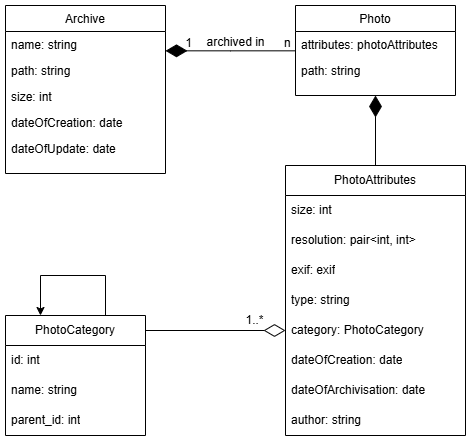
This is Documentation/ERDiagramPhotoLibrary.drawio.png from Necer13/2025_TAB_S6_RAKWIC, a draw.io export, as it was before one commit. Source tidied: cells renumbered, new cells last; positions are measured from the earlier drawing's top-left corner, leaving out a move shared by most shapes.
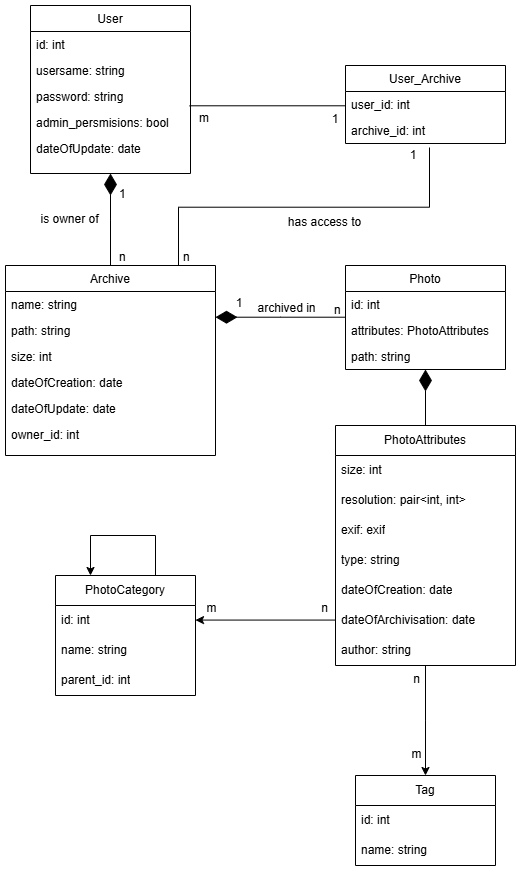
Above is the later version.

The edit, as a diff of the source:
```diff
@@ -2,32 +2,41 @@
   <root>
     <mxCell id="0" />
     <mxCell id="1" parent="0" />
+    <mxCell id="32" style="edgeStyle=elbowEdgeStyle;shape=connector;curved=0;rounded=0;jettySize=auto;elbow=vertical;html=1;entryX=0.5;entryY=1;entryDx=0;entryDy=0;shadow=0;strokeColor=default;strokeWidth=1;align=center;verticalAlign=middle;fontFamily=Helvetica;fontSize=11;fontColor=default;labelBackgroundColor=default;endArrow=diamondThin;endFill=1;endSize=19;" parent="1" edge="1" source="2" target="38">
+      <mxGeometry relative="1" as="geometry" />
+    </mxCell>
     <mxCell id="2" value="Archive" style="swimlane;fontStyle=0;align=center;verticalAlign=top;horizontal=1;startSize=26;rounded=0;shadow=0;strokeWidth=1;" parent="1" vertex="1">
-      <mxGeometry width="160" height="168" as="geometry" />
+      <mxGeometry x="-50" width="210" height="190" as="geometry" />
     </mxCell>
     <mxCell id="3" value="name: string" style="text;align=left;verticalAlign=top;spacingLeft=4;spacingRight=4;overflow=hidden;" parent="2" vertex="1">
-      <mxGeometry y="26" width="160" height="26" as="geometry" />
+      <mxGeometry y="26" width="210" height="26" as="geometry" />
     </mxCell>
     <mxCell id="4" value="path: string" style="text;align=left;verticalAlign=top;spacingLeft=4;spacingRight=4;overflow=hidden;rounded=0;shadow=0;html=0;" parent="2" vertex="1">
-      <mxGeometry y="52" width="160" height="26" as="geometry" />
+      <mxGeometry y="52" width="210" height="26" as="geometry" />
     </mxCell>
     <mxCell id="5" value="size: int" style="text;align=left;verticalAlign=top;spacingLeft=4;spacingRight=4;overflow=hidden;rounded=0;shadow=0;html=0;" parent="2" vertex="1">
-      <mxGeometry y="78" width="160" height="26" as="geometry" />
+      <mxGeometry y="78" width="210" height="26" as="geometry" />
     </mxCell>
     <mxCell id="6" value="dateOfCreation: date" style="text;align=left;verticalAlign=top;spacingLeft=4;spacingRight=4;overflow=hidden;rounded=0;shadow=0;html=0;" parent="2" vertex="1">
-      <mxGeometry y="104" width="160" height="26" as="geometry" />
+      <mxGeometry y="104" width="210" height="26" as="geometry" />
     </mxCell>
     <mxCell id="7" value="dateOfUpdate: date" style="text;align=left;verticalAlign=top;spacingLeft=4;spacingRight=4;overflow=hidden;rounded=0;shadow=0;html=0;" parent="2" vertex="1">
-      <mxGeometry y="130" width="160" height="26" as="geometry" />
+      <mxGeometry y="130" width="210" height="26" as="geometry" />
     </mxCell>
+    <mxCell id="33" value="owner_id: int" style="text;align=left;verticalAlign=top;spacingLeft=4;spacingRight=4;overflow=hidden;rounded=0;shadow=0;html=0;" parent="2" vertex="1">
+      <mxGeometry y="156" width="210" height="26" as="geometry" />
+    </mxCell>
     <mxCell id="8" value="Photo" style="swimlane;fontStyle=0;align=center;verticalAlign=top;horizontal=1;startSize=26;rounded=0;shadow=0;strokeWidth=1;" parent="1" vertex="1">
-      <mxGeometry x="290" width="160" height="90" as="geometry" />
+      <mxGeometry x="290" width="160" height="104" as="geometry" />
     </mxCell>
+    <mxCell id="34" value="id: int" style="text;align=left;verticalAlign=top;spacingLeft=4;spacingRight=4;overflow=hidden;" parent="8" vertex="1">
+      <mxGeometry y="26" width="160" height="26" as="geometry" />
+    </mxCell>
-    <mxCell id="9" value="attributes: photoAttributes" style="text;align=left;verticalAlign=top;spacingLeft=4;spacingRight=4;overflow=hidden;" parent="8" vertex="1">
-      <mxGeometry y="26" width="160" height="26" as="geometry" />
+    <mxCell id="9" value="attributes: PhotoAttributes" style="text;align=left;verticalAlign=top;spacingLeft=4;spacingRight=4;overflow=hidden;" parent="8" vertex="1">
+      <mxGeometry y="52" width="160" height="26" as="geometry" />
     </mxCell>
     <mxCell id="10" value="path: string" style="text;align=left;verticalAlign=top;spacingLeft=4;spacingRight=4;overflow=hidden;rounded=0;shadow=0;html=0;" parent="8" vertex="1">
-      <mxGeometry y="52" width="160" height="26" as="geometry" />
+      <mxGeometry y="78" width="160" height="26" as="geometry" />
     </mxCell>
     <mxCell id="11" style="endArrow=diamondThin;shadow=0;strokeWidth=1;rounded=0;curved=0;endFill=1;edgeStyle=elbowEdgeStyle;elbow=vertical;endSize=19;" parent="1" edge="1" source="8" target="2">
       <mxGeometry x="0.5" y="41" relative="1" as="geometry">
@@ -48,7 +57,7 @@
       <mxGeometry relative="1" as="geometry" />
     </mxCell>
     <mxCell id="15" value="&lt;div&gt;&lt;span style=&quot;background-color: transparent; color: light-dark(rgb(0, 0, 0), rgb(255, 255, 255));&quot;&gt;PhotoAttributes&lt;/span&gt;&lt;/div&gt;" style="swimlane;fontStyle=0;horizontal=1;startSize=30;whiteSpace=wrap;html=1;" parent="1" vertex="1">
-      <mxGeometry x="280" y="160" width="180" height="270" as="geometry" />
+      <mxGeometry x="280" y="160" width="180" height="240" as="geometry" />
     </mxCell>
     <mxCell id="16" value="size: int" style="text;strokeColor=none;fillColor=none;align=left;verticalAlign=middle;spacingLeft=4;spacingRight=4;overflow=hidden;whiteSpace=wrap;html=1;" parent="15" vertex="1">
       <mxGeometry y="30" width="180" height="30" as="geometry" />
@@ -62,18 +71,18 @@
     <mxCell id="19" value="type: string" style="text;strokeColor=none;fillColor=none;align=left;verticalAlign=middle;spacingLeft=4;spacingRight=4;overflow=hidden;whiteSpace=wrap;html=1;" parent="15" vertex="1">
       <mxGeometry y="120" width="180" height="30" as="geometry" />
     </mxCell>
-    <mxCell id="20" value="category: PhotoCategory" style="text;strokeColor=none;fillColor=none;align=left;verticalAlign=middle;spacingLeft=4;spacingRight=4;overflow=hidden;points=[[0,0.5],[1,0.5]];portConstraint=eastwest;whiteSpace=wrap;html=1;" parent="15" vertex="1">
-      <mxGeometry y="150" width="180" height="30" as="geometry" />
-    </mxCell>
     <mxCell id="21" value="dateOfCreation: date" style="text;strokeColor=none;fillColor=none;align=left;verticalAlign=middle;spacingLeft=4;spacingRight=4;overflow=hidden;whiteSpace=wrap;html=1;" parent="15" vertex="1">
-      <mxGeometry y="180" width="180" height="30" as="geometry" />
+      <mxGeometry y="150" width="180" height="30" as="geometry" />
     </mxCell>
     <mxCell id="22" value="dateOfArchivisation: date" style="text;strokeColor=none;fillColor=none;align=left;verticalAlign=middle;spacingLeft=4;spacingRight=4;overflow=hidden;points=[[0,0.5],[1,0.5]];portConstraint=eastwest;whiteSpace=wrap;html=1;" parent="15" vertex="1">
-      <mxGeometry y="210" width="180" height="30" as="geometry" />
+      <mxGeometry y="180" width="180" height="30" as="geometry" />
     </mxCell>
     <mxCell id="23" value="author: string" style="text;strokeColor=none;fillColor=none;align=left;verticalAlign=middle;spacingLeft=4;spacingRight=4;overflow=hidden;points=[[0,0.5],[1,0.5]];portConstraint=eastwest;whiteSpace=wrap;html=1;" parent="15" vertex="1">
-      <mxGeometry y="240" width="180" height="30" as="geometry" />
+      <mxGeometry y="210" width="180" height="30" as="geometry" />
     </mxCell>
+    <mxCell id="35" style="edgeStyle=elbowEdgeStyle;shape=connector;curved=0;rounded=0;jettySize=auto;elbow=vertical;html=1;entryX=0;entryY=0.5;entryDx=0;entryDy=0;shadow=0;strokeColor=default;strokeWidth=1;align=center;verticalAlign=middle;fontFamily=Helvetica;fontSize=11;fontColor=default;labelBackgroundColor=default;endArrow=none;endFill=1;endSize=19;startFill=1;startArrow=classic;" parent="1" edge="1" source="24" target="22">
+      <mxGeometry relative="1" as="geometry" />
+    </mxCell>
     <mxCell id="24" value="&lt;div&gt;PhotoCategory&lt;/div&gt;" style="swimlane;fontStyle=0;horizontal=1;startSize=30;whiteSpace=wrap;html=1;" parent="1" vertex="1">
       <mxGeometry y="310" width="140" height="120" as="geometry" />
     </mxCell>
@@ -89,14 +98,14 @@
     <mxCell id="28" value="1" style="align=right;verticalAlign=bottom;labelBackgroundColor=none;fontSize=12;" parent="1" vertex="1">
       <mxGeometry x="188" y="46" as="geometry" />
     </mxCell>
-    <mxCell id="29" style="edgeStyle=orthogonalEdgeStyle;rounded=0;jettySize=auto;html=1;entryX=0.993;entryY=0.175;entryDx=0;entryDy=0;entryPerimeter=0;endArrow=none;startFill=0;startArrow=diamondThin;strokeWidth=1;targetPerimeterSpacing=0;sourcePerimeterSpacing=0;startSize=19;" parent="1" edge="1" source="20">
+    <mxCell id="29" style="edgeStyle=orthogonalEdgeStyle;rounded=0;jettySize=auto;html=1;entryX=0.993;entryY=0.175;entryDx=0;entryDy=0;entryPerimeter=0;endArrow=classic;startFill=0;startArrow=none;strokeWidth=1;targetPerimeterSpacing=0;sourcePerimeterSpacing=0;startSize=19;endFill=1;" parent="1" edge="1" source="x">
       <mxGeometry relative="1" as="geometry">
         <mxPoint x="140" y="325" as="targetPoint" />
       </mxGeometry>
     </mxCell>
-    <mxCell id="30" value="1..*" style="edgeLabel;html=1;align=center;verticalAlign=middle;fontSize=12;" parent="29" vertex="1">
+    <mxCell id="30" value="m" style="edgeLabel;html=1;align=center;verticalAlign=middle;fontSize=12;" parent="29" vertex="1">
       <mxGeometry x="-0.71" y="-1" relative="1" as="geometry">
-        <mxPoint x="-11" y="-9" as="offset" />
+        <mxPoint x="-100" y="-9" as="offset" />
       </mxGeometry>
     </mxCell>
     <mxCell id="31" style="edgeStyle=orthogonalEdgeStyle;rounded=0;orthogonalLoop=1;jettySize=auto;html=1;entryX=0.25;entryY=0;entryDx=0;entryDy=0;" parent="1" edge="1" source="24" target="24">
@@ -107,5 +116,106 @@
         </Array>
       </mxGeometry>
     </mxCell>
+    <mxCell id="36" style="edgeStyle=elbowEdgeStyle;shape=connector;curved=0;rounded=0;jettySize=auto;elbow=vertical;html=1;exitX=0.525;exitY=1.154;exitDx=0;exitDy=0;entryX=0.25;entryY=0;entryDx=0;entryDy=0;shadow=0;strokeColor=default;strokeWidth=1;align=center;verticalAlign=middle;fontFamily=Helvetica;fontSize=11;fontColor=default;labelBackgroundColor=default;endArrow=none;endFill=1;endSize=19;startFill=0;exitPerimeter=0;" parent="1" edge="1" source="49">
+      <mxGeometry relative="1" as="geometry">
+        <mxPoint x="123" as="targetPoint" />
+      </mxGeometry>
+    </mxCell>
+    <mxCell id="37" value="has access to" style="edgeLabel;html=1;align=center;verticalAlign=middle;fontFamily=Helvetica;fontSize=12;fontColor=default;labelBackgroundColor=default;" parent="36" vertex="1">
+      <mxGeometry x="-0.39" y="1" relative="1" as="geometry">
+        <mxPoint x="-53" y="14" as="offset" />
+      </mxGeometry>
+    </mxCell>
+    <mxCell id="38" value="User" style="swimlane;fontStyle=0;align=center;verticalAlign=top;horizontal=1;startSize=26;rounded=0;shadow=0;strokeWidth=1;" parent="1" vertex="1">
+      <mxGeometry x="-25" y="-260" width="160" height="168" as="geometry" />
+    </mxCell>
+    <mxCell id="39" value="id: int" style="text;align=left;verticalAlign=top;spacingLeft=4;spacingRight=4;overflow=hidden;" parent="38" vertex="1">
+      <mxGeometry y="26" width="160" height="26" as="geometry" />
+    </mxCell>
+    <mxCell id="40" value="usersame: string" style="text;align=left;verticalAlign=top;spacingLeft=4;spacingRight=4;overflow=hidden;rounded=0;shadow=0;html=0;" parent="38" vertex="1">
+      <mxGeometry y="52" width="160" height="26" as="geometry" />
+    </mxCell>
+    <mxCell id="41" value="password: string" style="text;align=left;verticalAlign=top;spacingLeft=4;spacingRight=4;overflow=hidden;rounded=0;shadow=0;html=0;" parent="38" vertex="1">
+      <mxGeometry y="78" width="160" height="26" as="geometry" />
+    </mxCell>
+    <mxCell id="42" value="admin_persmisions: bool" style="text;align=left;verticalAlign=top;spacingLeft=4;spacingRight=4;overflow=hidden;points=[[0,0.5],[1,0.5]];portConstraint=eastwest;rounded=0;shadow=0;html=0;" parent="38" vertex="1">
+      <mxGeometry y="104" width="160" height="26" as="geometry" />
+    </mxCell>
+    <mxCell id="43" value="dateOfUpdate: date" style="text;align=left;verticalAlign=top;spacingLeft=4;spacingRight=4;overflow=hidden;rounded=0;shadow=0;html=0;" parent="38" vertex="1">
+      <mxGeometry y="130" width="160" height="26" as="geometry" />
+    </mxCell>
+    <mxCell id="44" value="is owner of" style="text;html=1;align=center;verticalAlign=middle;labelBackgroundColor=none;rounded=0;shadow=0;strokeWidth=1;fontSize=12;" parent="1" vertex="1">
+      <mxGeometry x="20" y="-60" as="geometry">
+        <mxPoint x="-7" y="13" as="offset" />
+      </mxGeometry>
+    </mxCell>
+    <mxCell id="45" value="n" style="align=left;verticalAlign=bottom;labelBackgroundColor=none;fontSize=12;" parent="1" vertex="1">
+      <mxGeometry x="62" as="geometry" />
+    </mxCell>
+    <mxCell id="46" value="1" style="align=left;verticalAlign=bottom;labelBackgroundColor=none;fontSize=12;" parent="1" vertex="1">
+      <mxGeometry x="48" y="-60" as="geometry">
+        <mxPoint x="14" y="-3" as="offset" />
+      </mxGeometry>
+    </mxCell>
+    <mxCell id="47" value="User_Archive" style="swimlane;fontStyle=0;align=center;verticalAlign=top;horizontal=1;startSize=26;rounded=0;shadow=0;strokeWidth=1;" parent="1" vertex="1">
+      <mxGeometry x="290" y="-200" width="160" height="78" as="geometry" />
+    </mxCell>
+    <mxCell id="48" value="user_id: int" style="text;align=left;verticalAlign=top;spacingLeft=4;spacingRight=4;overflow=hidden;points=[[0,0.5],[1,0.5]];portConstraint=eastwest;" parent="47" vertex="1">
+      <mxGeometry y="26" width="160" height="26" as="geometry" />
+    </mxCell>
+    <mxCell id="49" value="archive_id: int" style="text;align=left;verticalAlign=top;spacingLeft=4;spacingRight=4;overflow=hidden;points=[[0,0.5],[1,0.5]];portConstraint=eastwest;" parent="47" vertex="1">
+      <mxGeometry y="52" width="160" height="26" as="geometry" />
+    </mxCell>
+    <mxCell id="50" value="n" style="align=left;verticalAlign=bottom;labelBackgroundColor=none;fontSize=12;" parent="1" vertex="1">
+      <mxGeometry x="177" y="15" as="geometry">
+        <mxPoint x="-51" y="-15" as="offset" />
+      </mxGeometry>
+    </mxCell>
+    <mxCell id="51" value="m" style="align=left;verticalAlign=bottom;labelBackgroundColor=none;fontSize=12;" parent="1" vertex="1">
+      <mxGeometry x="149" y="-148" as="geometry">
+        <mxPoint x="-7" y="9" as="offset" />
+      </mxGeometry>
+    </mxCell>
+    <mxCell id="52" style="edgeStyle=elbowEdgeStyle;shape=connector;curved=0;rounded=0;jettySize=auto;elbow=vertical;html=1;entryX=0.994;entryY=-0.154;entryDx=0;entryDy=0;entryPerimeter=0;shadow=0;strokeColor=default;strokeWidth=1;align=center;verticalAlign=middle;fontFamily=Helvetica;fontSize=11;fontColor=default;labelBackgroundColor=default;endArrow=none;endFill=1;endSize=19;startFill=0;" parent="1" edge="1" source="48" target="42">
+      <mxGeometry relative="1" as="geometry" />
+    </mxCell>
+    <mxCell id="53" value="1" style="align=right;verticalAlign=bottom;labelBackgroundColor=none;fontSize=12;" parent="1" vertex="1">
+      <mxGeometry x="198" y="56" as="geometry">
+        <mxPoint x="164" y="-158" as="offset" />
+      </mxGeometry>
+    </mxCell>
+    <mxCell id="54" value="1" style="align=right;verticalAlign=bottom;labelBackgroundColor=none;fontSize=12;" parent="1" vertex="1">
+      <mxGeometry x="120" y="20" as="geometry">
+        <mxPoint x="164" y="-158" as="offset" />
+      </mxGeometry>
+    </mxCell>
+    <mxCell id="55" value="&lt;div&gt;Tag&lt;/div&gt;" style="swimlane;fontStyle=0;horizontal=1;startSize=30;whiteSpace=wrap;html=1;" parent="1" vertex="1">
+      <mxGeometry x="300" y="510" width="140" height="90" as="geometry" />
+    </mxCell>
+    <mxCell id="56" value="id: int" style="text;strokeColor=none;fillColor=none;align=left;verticalAlign=middle;spacingLeft=4;spacingRight=4;overflow=hidden;whiteSpace=wrap;html=1;" parent="55" vertex="1">
+      <mxGeometry y="30" width="140" height="30" as="geometry" />
+    </mxCell>
+    <mxCell id="57" value="name: string" style="text;strokeColor=none;fillColor=none;align=left;verticalAlign=middle;spacingLeft=4;spacingRight=4;overflow=hidden;whiteSpace=wrap;html=1;" parent="55" vertex="1">
+      <mxGeometry y="60" width="140" height="30" as="geometry" />
+    </mxCell>
+    <mxCell id="58" style="edgeStyle=elbowEdgeStyle;shape=connector;curved=0;rounded=0;jettySize=auto;elbow=vertical;html=1;shadow=0;strokeColor=default;strokeWidth=1;align=center;verticalAlign=middle;fontFamily=Helvetica;fontSize=11;fontColor=default;labelBackgroundColor=default;endArrow=none;endFill=0;endSize=19;startFill=1;startArrow=classic;" parent="1" edge="1" source="55" target="23">
+      <mxGeometry relative="1" as="geometry" />
+    </mxCell>
+    <mxCell id="59" value="n" style="edgeLabel;html=1;align=center;verticalAlign=middle;fontSize=12;" parent="1" vertex="1">
+      <mxGeometry x="268" y="342" as="geometry" />
+    </mxCell>
+    <mxCell id="60" value="n" style="edgeLabel;html=1;align=center;verticalAlign=middle;fontSize=12;" parent="1" vertex="1">
+      <mxGeometry x="323" y="320" as="geometry">
+        <mxPoint x="37" y="93" as="offset" />
+      </mxGeometry>
+    </mxCell>
+    <mxCell id="61" value="m" style="edgeLabel;html=1;align=center;verticalAlign=middle;fontSize=12;" parent="1" vertex="1">
+      <mxGeometry x="360" y="488" as="geometry" />
+    </mxCell>
+    <mxCell id="62" value="m" style="edgeLabel;html=1;align=center;verticalAlign=middle;fontSize=12;" parent="1" vertex="1">
+      <mxGeometry x="260" y="433" as="geometry">
+        <mxPoint x="-105" y="-91" as="offset" />
+      </mxGeometry>
+    </mxCell>
   </root>
 </mxGraphModel>
```
